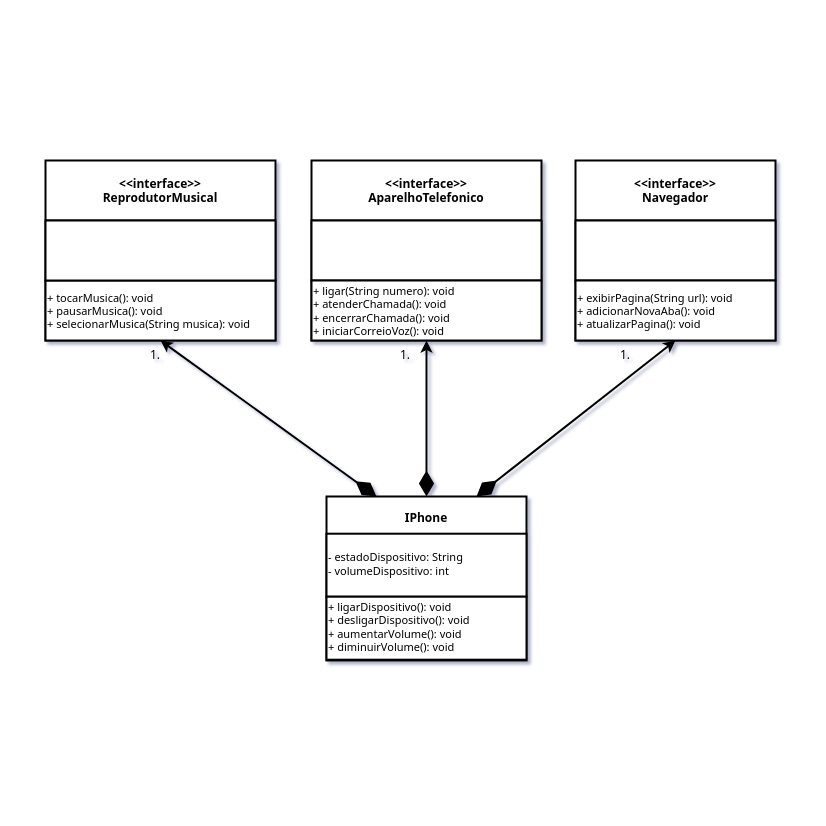
Earlier version of the draw.io diagram labs/dio-lab-modelando-iphone/desafio-modelando-iphone/docs/DiagramaIphone.drawio (jhonestiago/dio-bootcamp-backend-java). Source tidied: cells renumbered, new cells numbered last; positions are measured from the earlier drawing's top-left corner, leaving out a move shared by most shapes. Both pictures are drawn from the tidied source at 100%, with x=0, y=0 at pixel (45, 160).
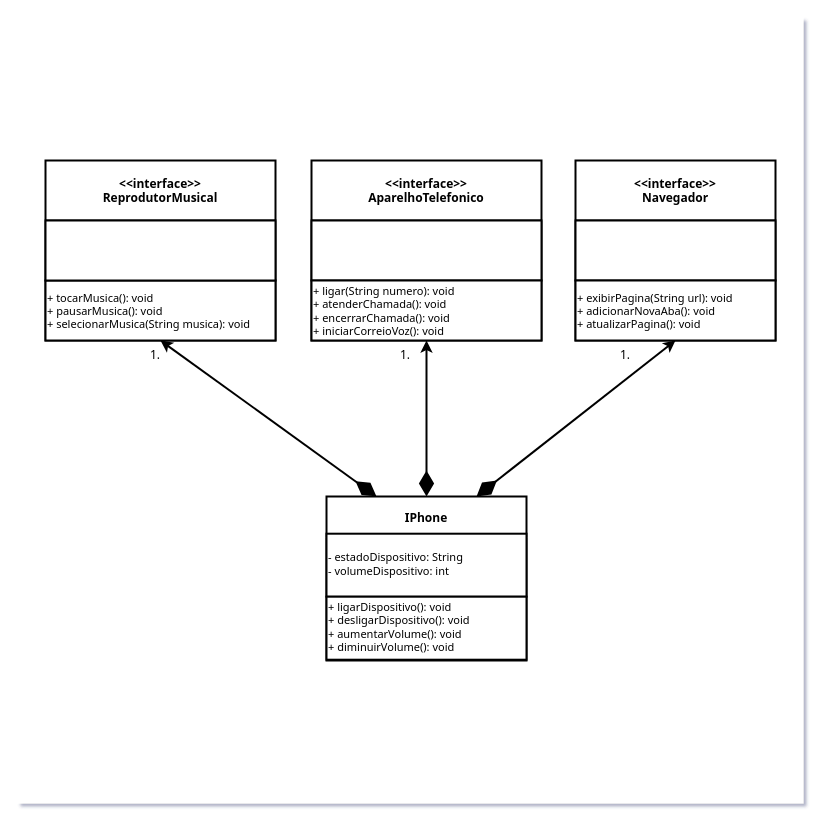
The same diagram, later.

The edit, as a diff of the source:
```diff
@@
+    <mxCell id="25" style="whiteSpace=wrap;html=1;strokeColor=none;fillColor=#FFFFFF;imageAspect=1;" parent="1" vertex="1">
+      <mxGeometry x="-28" y="-143" width="786" height="786" as="geometry" />
+    </mxCell>
```
